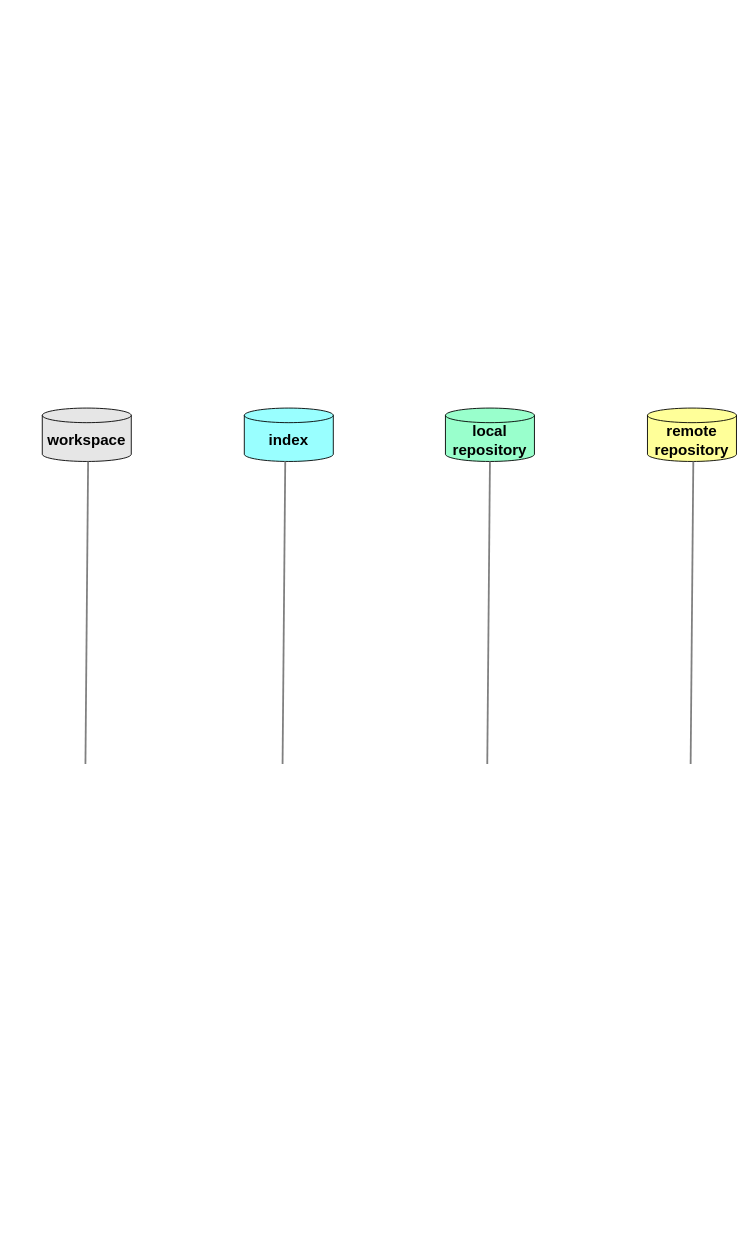
This is git workflow-1.drawio from wxfls/draw.io, a draw.io file, before an edit. Source tidied: cells renumbered, new cells numbered last; positions are measured from the earlier drawing's top-left corner, leaving out a move shared by most shapes. Both pictures are drawn from the tidied source at 89%, with x=0, y=0 at pixel (42, 408).
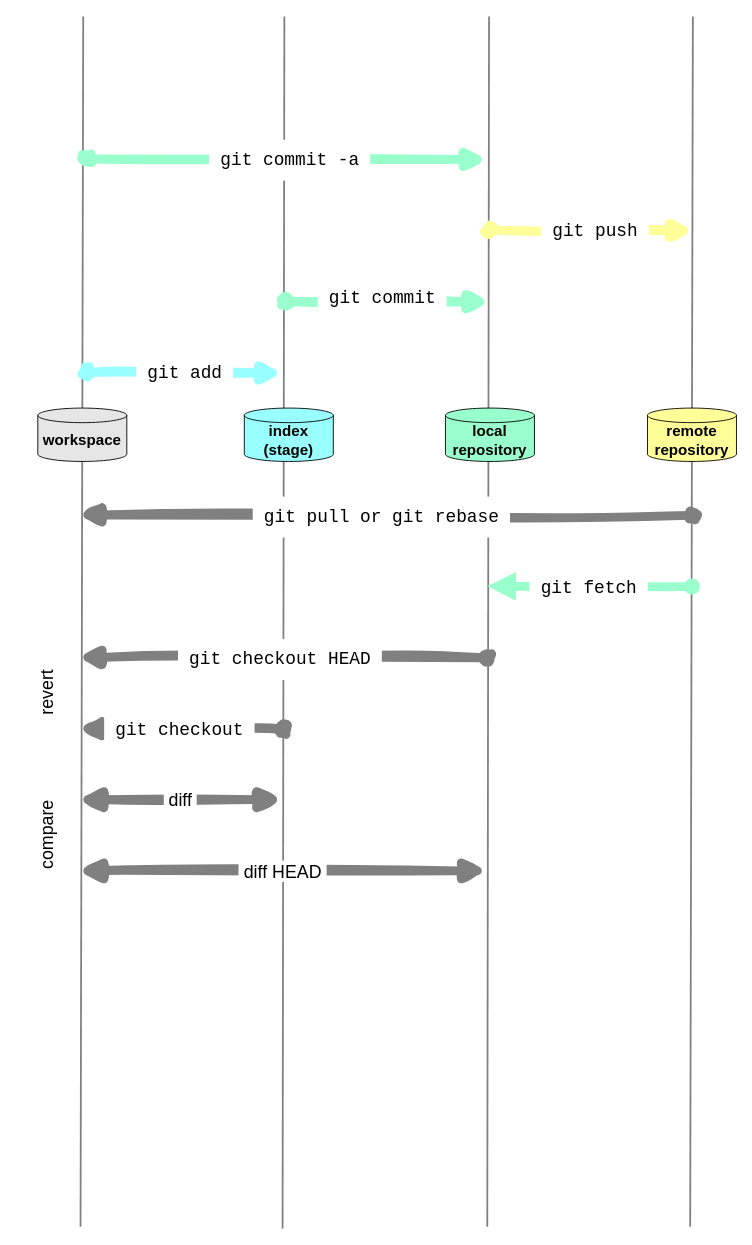
Above is the later version.

The change refers to these unchanged cells:
```xml
<mxCell id="4" value="&lt;b&gt;&lt;font style=&quot;font-size: 17px;&quot;&gt;local repository&lt;/font&gt;&lt;/b&gt;" style="shape=cylinder3;whiteSpace=wrap;html=1;boundedLbl=1;backgroundOutline=1;size=8.199981689453125;fillColor=#99FFCC;flipH=0;flipV=0;" parent="1" vertex="1">
  <mxGeometry x="453" width="100" height="60" as="geometry" />
</mxCell>
```

Diff of the diagram source:
```diff
@@
+    <mxCell id="9" style="endArrow=none;html=1;rounded=0;strokeWidth=2;strokeColor=#808080;" parent="1" edge="1">
+      <mxGeometry relative="1" as="geometry">
+        <mxPoint x="43" y="920" as="sourcePoint" />
+        <mxPoint x="46" y="-440" as="targetPoint" />
+      </mxGeometry>
+    </mxCell>
+    <mxCell id="8" style="endArrow=none;html=1;rounded=0;strokeWidth=2;strokeColor=#808080;" parent="1" edge="1">
+      <mxGeometry relative="1" as="geometry">
+        <mxPoint x="270" y="922" as="sourcePoint" />
+        <mxPoint x="272" y="-440" as="targetPoint" />
+      </mxGeometry>
+    </mxCell>
+    <mxCell id="7" style="endArrow=none;html=1;rounded=0;strokeWidth=2;strokeColor=#808080;" parent="1" edge="1">
+      <mxGeometry relative="1" as="geometry">
+        <mxPoint x="728" y="920" as="sourcePoint" />
+        <mxPoint x="731" y="-440" as="targetPoint" />
+      </mxGeometry>
+    </mxCell>
+    <mxCell id="6" style="endArrow=none;html=1;rounded=0;strokeWidth=2;strokeColor=#808080;" parent="1" edge="1">
+      <mxGeometry relative="1" as="geometry">
+        <mxPoint x="500" y="920" as="sourcePoint" />
+        <mxPoint x="502" y="-440" as="targetPoint" />
+      </mxGeometry>
+    </mxCell>
     <mxCell id="2" value="&lt;b&gt;&lt;font style=&quot;font-size: 17px;&quot;&gt;workspace&lt;/font&gt;&lt;/b&gt;" style="shape=cylinder3;whiteSpace=wrap;html=1;boundedLbl=1;backgroundOutline=1;size=8.199981689453125;fillColor=#E6E6E6;flipH=0;flipV=0;" parent="1" vertex="1">
-      <mxGeometry width="100" height="60" as="geometry" />
+      <mxGeometry x="-5" width="100" height="60" as="geometry" />
     </mxCell>
@@
-    <mxCell id="5" value="&lt;b&gt;&lt;font style=&quot;font-size: 17px;&quot;&gt;index&lt;/font&gt;&lt;/b&gt;" style="shape=cylinder3;whiteSpace=wrap;html=1;boundedLbl=1;backgroundOutline=1;size=8.199981689453125;fillColor=#99FFFF;flipH=0;flipV=0;" parent="1" vertex="1">
+    <mxCell id="5" value="&lt;b&gt;&lt;font style=&quot;font-size: 17px;&quot;&gt;index&lt;br&gt;(stage)&lt;/font&gt;&lt;/b&gt;" style="shape=cylinder3;whiteSpace=wrap;html=1;boundedLbl=1;backgroundOutline=1;size=8.199981689453125;fillColor=#99FFFF;flipH=0;flipV=0;" parent="1" vertex="1">
       <mxGeometry x="227" width="100" height="60" as="geometry" />
     </mxCell>
-    <mxCell id="6" style="endArrow=none;html=1;rounded=0;entryX=0.5;entryY=1;entryDx=0;entryDy=0;entryPerimeter=0;strokeWidth=2;strokeColor=#808080;" parent="1" edge="1" target="4">
-      <mxGeometry relative="1" as="geometry">
-        <mxPoint x="500" y="400" as="sourcePoint" />
-      </mxGeometry>
-    </mxCell>
-    <mxCell id="7" style="endArrow=none;html=1;rounded=0;entryX=0.5;entryY=1;entryDx=0;entryDy=0;entryPerimeter=0;strokeWidth=2;strokeColor=#808080;" parent="1" edge="1">
-      <mxGeometry relative="1" as="geometry">
-        <mxPoint x="728.5" y="400" as="sourcePoint" />
-        <mxPoint x="731.5" y="60" as="targetPoint" />
-      </mxGeometry>
-    </mxCell>
-    <mxCell id="8" style="endArrow=none;html=1;rounded=0;entryX=0.5;entryY=1;entryDx=0;entryDy=0;entryPerimeter=0;strokeWidth=2;strokeColor=#808080;" parent="1" edge="1">
-      <mxGeometry relative="1" as="geometry">
-        <mxPoint x="270" y="400" as="sourcePoint" />
-        <mxPoint x="273" y="60" as="targetPoint" />
-      </mxGeometry>
-    </mxCell>
-    <mxCell id="9" style="endArrow=none;html=1;rounded=0;entryX=0.5;entryY=1;entryDx=0;entryDy=0;entryPerimeter=0;strokeWidth=2;strokeColor=#808080;" parent="1" edge="1">
-      <mxGeometry relative="1" as="geometry">
-        <mxPoint x="48.5" y="400" as="sourcePoint" />
-        <mxPoint x="51.5" y="60" as="targetPoint" />
-      </mxGeometry>
-    </mxCell>
+    <mxCell id="10" value="&lt;pre&gt;&lt;br&gt;&lt;/pre&gt;" style="html=1;verticalAlign=bottom;startArrow=oval;startFill=1;endArrow=block;startSize=8;curved=0;rounded=0;shadow=0;strokeColor=#99FFCC;align=center;fontFamily=Helvetica;fontSize=11;fontColor=default;labelBackgroundColor=default;edgeStyle=orthogonalEdgeStyle;flowAnimation=0;strokeWidth=10;sketch=1;curveFitting=1;jiggle=2;" parent="1" edge="1">
+      <mxGeometry relative="1" as="geometry">
+        <mxPoint x="50" y="-280" as="sourcePoint" />
+        <mxPoint x="500" y="-279.4" as="targetPoint" />
+      </mxGeometry>
+    </mxCell>
+    <mxCell id="11" value="&lt;pre&gt;&lt;font style=&quot;font-size: 20px;&quot;&gt; git commit -a &lt;/font&gt;&lt;/pre&gt;" style="edgeLabel;html=1;align=center;verticalAlign=middle;fontFamily=Helvetica;fontSize=11;fontColor=default;labelBackgroundColor=default;" parent="10" vertex="1">
+      <mxGeometry x="0.01" y="1" relative="1" as="geometry" />
+    </mxCell>
+    <mxCell id="12" value="&lt;pre&gt;&lt;br&gt;&lt;/pre&gt;" style="html=1;verticalAlign=bottom;startArrow=oval;startFill=1;endArrow=block;startSize=8;curved=0;rounded=0;shadow=0;strokeColor=#99FFCC;align=center;fontFamily=Helvetica;fontSize=11;fontColor=default;labelBackgroundColor=default;edgeStyle=orthogonalEdgeStyle;flowAnimation=0;strokeWidth=10;sketch=1;curveFitting=1;jiggle=2;" parent="1" edge="1">
+      <mxGeometry relative="1" as="geometry">
+        <mxPoint x="273" y="-120" as="sourcePoint" />
+        <mxPoint x="503" y="-119.4" as="targetPoint" />
+      </mxGeometry>
+    </mxCell>
+    <mxCell id="13" value="&lt;pre&gt;&lt;font style=&quot;font-size: 20px;&quot;&gt; git commit &lt;/font&gt;&lt;/pre&gt;" style="edgeLabel;html=1;align=center;verticalAlign=middle;fontFamily=Helvetica;fontSize=11;fontColor=default;labelBackgroundColor=default;" parent="12" vertex="1">
+      <mxGeometry x="-0.06" y="4" relative="1" as="geometry" />
+    </mxCell>
+    <mxCell id="14" value="&lt;pre&gt;&lt;br&gt;&lt;/pre&gt;" style="html=1;verticalAlign=bottom;startArrow=oval;startFill=1;endArrow=block;startSize=8;curved=0;rounded=0;shadow=0;strokeColor=#99FFFF;align=center;fontFamily=Helvetica;fontSize=11;fontColor=default;labelBackgroundColor=default;edgeStyle=orthogonalEdgeStyle;flowAnimation=1;strokeWidth=10;sketch=1;curveFitting=1;jiggle=2;" parent="1" edge="1">
+      <mxGeometry relative="1" as="geometry">
+        <mxPoint x="50" y="-40" as="sourcePoint" />
+        <mxPoint x="270" y="-39.4" as="targetPoint" />
+      </mxGeometry>
+    </mxCell>
+    <mxCell id="15" value="&lt;pre&gt;&lt;font style=&quot;font-size: 20px;&quot;&gt; git add &lt;/font&gt;&lt;/pre&gt;" style="edgeLabel;html=1;align=center;verticalAlign=middle;fontFamily=Helvetica;fontSize=11;fontColor=default;labelBackgroundColor=default;" parent="14" vertex="1">
+      <mxGeometry x="0.01" y="1" relative="1" as="geometry">
+        <mxPoint x="-1" as="offset" />
+      </mxGeometry>
+    </mxCell>
+    <mxCell id="16" value="&lt;pre&gt;&lt;br&gt;&lt;/pre&gt;" style="html=1;verticalAlign=bottom;startArrow=oval;startFill=1;endArrow=block;startSize=8;curved=0;rounded=0;shadow=0;strokeColor=#FFFF99;align=center;fontFamily=Helvetica;fontSize=11;fontColor=default;labelBackgroundColor=default;edgeStyle=orthogonalEdgeStyle;flowAnimation=0;strokeWidth=10;sketch=1;curveFitting=1;jiggle=2;" parent="1" edge="1">
+      <mxGeometry relative="1" as="geometry">
+        <mxPoint x="502" y="-200" as="sourcePoint" />
+        <mxPoint x="732" y="-199.4" as="targetPoint" />
+      </mxGeometry>
+    </mxCell>
+    <mxCell id="17" value="&lt;pre&gt;&lt;font style=&quot;font-size: 20px;&quot;&gt; git push &lt;/font&gt;&lt;/pre&gt;" style="edgeLabel;html=1;align=center;verticalAlign=middle;fontFamily=Helvetica;fontSize=11;fontColor=default;labelBackgroundColor=default;" parent="16" vertex="1">
+      <mxGeometry x="0.03" y="1" relative="1" as="geometry" />
+    </mxCell>
+    <mxCell id="18" value="&lt;pre&gt;&lt;br&gt;&lt;/pre&gt;" style="html=1;verticalAlign=bottom;startArrow=oval;startFill=1;endArrow=block;startSize=8;curved=0;rounded=0;shadow=0;strokeColor=#808080;align=center;fontFamily=Helvetica;fontSize=11;fontColor=default;labelBackgroundColor=default;edgeStyle=orthogonalEdgeStyle;flowAnimation=1;strokeWidth=10;sketch=1;curveFitting=1;jiggle=2;" parent="1" edge="1">
+      <mxGeometry relative="1" as="geometry">
+        <mxPoint x="730" y="120.6" as="sourcePoint" />
+        <mxPoint x="40" y="120" as="targetPoint" />
+      </mxGeometry>
+    </mxCell>
+    <mxCell id="19" value="&lt;pre&gt;&lt;font style=&quot;font-size: 20px;&quot;&gt; git pull or git rebase &lt;/font&gt;&lt;/pre&gt;" style="edgeLabel;html=1;align=center;verticalAlign=middle;fontFamily=Helvetica;fontSize=11;fontColor=default;labelBackgroundColor=default;" parent="18" vertex="1">
+      <mxGeometry x="0.01" y="1" relative="1" as="geometry">
+        <mxPoint x="-1" as="offset" />
+      </mxGeometry>
+    </mxCell>
+    <mxCell id="20" value="&lt;pre&gt;&lt;br&gt;&lt;/pre&gt;" style="html=1;verticalAlign=bottom;startArrow=oval;startFill=1;endArrow=block;startSize=8;curved=0;rounded=0;shadow=0;strokeColor=#99FFCC;align=center;fontFamily=Helvetica;fontSize=11;fontColor=default;labelBackgroundColor=default;edgeStyle=orthogonalEdgeStyle;flowAnimation=0;strokeWidth=10;" parent="1" edge="1">
+      <mxGeometry relative="1" as="geometry">
+        <mxPoint x="730" y="200.6" as="sourcePoint" />
+        <mxPoint x="500" y="200" as="targetPoint" />
+      </mxGeometry>
+    </mxCell>
+    <mxCell id="21" value="&lt;pre&gt;&lt;font style=&quot;font-size: 20px;&quot;&gt; git fetch &lt;/font&gt;&lt;/pre&gt;" style="edgeLabel;html=1;align=center;verticalAlign=middle;fontFamily=Helvetica;fontSize=11;fontColor=default;labelBackgroundColor=default;" parent="20" vertex="1">
+      <mxGeometry x="0.01" y="1" relative="1" as="geometry">
+        <mxPoint x="-1" as="offset" />
+      </mxGeometry>
+    </mxCell>
+    <mxCell id="22" value="&lt;pre&gt;&lt;br&gt;&lt;/pre&gt;" style="html=1;verticalAlign=bottom;startArrow=oval;startFill=1;endArrow=block;startSize=8;curved=0;rounded=0;shadow=0;strokeColor=#808080;align=center;fontFamily=Helvetica;fontSize=11;fontColor=default;labelBackgroundColor=default;edgeStyle=orthogonalEdgeStyle;flowAnimation=1;strokeWidth=10;sketch=1;curveFitting=1;jiggle=2;" parent="1" edge="1">
+      <mxGeometry relative="1" as="geometry">
+        <mxPoint x="500" y="280.6" as="sourcePoint" />
+        <mxPoint x="40" y="280" as="targetPoint" />
+      </mxGeometry>
+    </mxCell>
+    <mxCell id="23" value="&lt;pre&gt;&lt;font style=&quot;font-size: 20px;&quot;&gt; git checkout HEAD &lt;/font&gt;&lt;/pre&gt;" style="edgeLabel;html=1;align=center;verticalAlign=middle;fontFamily=Helvetica;fontSize=11;fontColor=default;labelBackgroundColor=default;" parent="22" vertex="1">
+      <mxGeometry x="0.01" y="1" relative="1" as="geometry">
+        <mxPoint x="-1" as="offset" />
+      </mxGeometry>
+    </mxCell>
+    <mxCell id="24" value="&lt;pre&gt;&lt;br&gt;&lt;/pre&gt;" style="html=1;verticalAlign=bottom;startArrow=oval;startFill=1;endArrow=block;startSize=8;curved=0;rounded=0;shadow=0;strokeColor=#808080;align=center;fontFamily=Helvetica;fontSize=11;fontColor=default;labelBackgroundColor=default;edgeStyle=orthogonalEdgeStyle;flowAnimation=0;strokeWidth=10;sketch=1;curveFitting=1;jiggle=2;" parent="1" edge="1">
+      <mxGeometry relative="1" as="geometry">
+        <mxPoint x="270" y="360.6" as="sourcePoint" />
+        <mxPoint x="40" y="360" as="targetPoint" />
+      </mxGeometry>
+    </mxCell>
+    <mxCell id="25" value="&lt;pre&gt;&lt;font style=&quot;font-size: 20px;&quot;&gt; git checkout &lt;/font&gt;&lt;/pre&gt;" style="edgeLabel;html=1;align=center;verticalAlign=middle;fontFamily=Helvetica;fontSize=11;fontColor=default;labelBackgroundColor=default;" parent="24" vertex="1">
+      <mxGeometry x="0.01" y="1" relative="1" as="geometry">
+        <mxPoint x="-1" as="offset" />
+      </mxGeometry>
+    </mxCell>
+    <mxCell id="26" value="&lt;font style=&quot;font-size: 20px;&quot;&gt;revert&lt;/font&gt;" style="text;html=1;align=center;verticalAlign=middle;strokeColor=none;fillColor=none;fontFamily=Helvetica;fontSize=11;fontColor=default;labelBackgroundColor=default;horizontal=0;" parent="1" vertex="1">
+      <mxGeometry x="-30" y="300" width="70" height="40" as="geometry" />
+    </mxCell>
+    <mxCell id="27" value="&lt;font style=&quot;font-size: 20px;&quot;&gt;&amp;nbsp;diff&amp;nbsp;&lt;/font&gt;" style="edgeStyle=none;orthogonalLoop=1;jettySize=auto;html=1;endArrow=block;startArrow=block;endSize=8;startSize=8;rounded=0;shadow=0;strokeColor=#808080;align=center;verticalAlign=middle;fontFamily=Helvetica;fontSize=11;fontColor=default;labelBackgroundColor=default;flowAnimation=0;curved=0;strokeWidth=10;startFill=1;endFill=1;sketch=1;curveFitting=1;jiggle=2;jumpStyle=none;" parent="1" edge="1">
+      <mxGeometry relative="1" as="geometry">
+        <mxPoint x="40" y="440" as="sourcePoint" />
+        <mxPoint x="270" y="440" as="targetPoint" />
+      </mxGeometry>
+    </mxCell>
+    <mxCell id="28" value="&lt;font style=&quot;font-size: 20px;&quot;&gt;&amp;nbsp;diff HEAD&amp;nbsp;&lt;/font&gt;" style="edgeStyle=none;orthogonalLoop=1;jettySize=auto;html=1;endArrow=block;startArrow=block;endSize=8;startSize=8;rounded=0;shadow=0;strokeColor=#808080;align=center;verticalAlign=middle;fontFamily=Helvetica;fontSize=11;fontColor=default;labelBackgroundColor=default;flowAnimation=0;curved=1;strokeWidth=10;startFill=1;endFill=1;sketch=1;curveFitting=1;jiggle=2;" parent="1" edge="1">
+      <mxGeometry relative="1" as="geometry">
+        <mxPoint x="40" y="520" as="sourcePoint" />
+        <mxPoint x="500" y="520" as="targetPoint" />
+      </mxGeometry>
+    </mxCell>
+    <mxCell id="29" value="&lt;font style=&quot;font-size: 20px;&quot;&gt;compare&lt;/font&gt;" style="text;html=1;align=center;verticalAlign=middle;strokeColor=none;fillColor=none;fontFamily=Helvetica;fontSize=11;fontColor=default;labelBackgroundColor=default;horizontal=0;" parent="1" vertex="1">
+      <mxGeometry x="-20" y="435" width="50" height="90" as="geometry" />
+    </mxCell>
```
